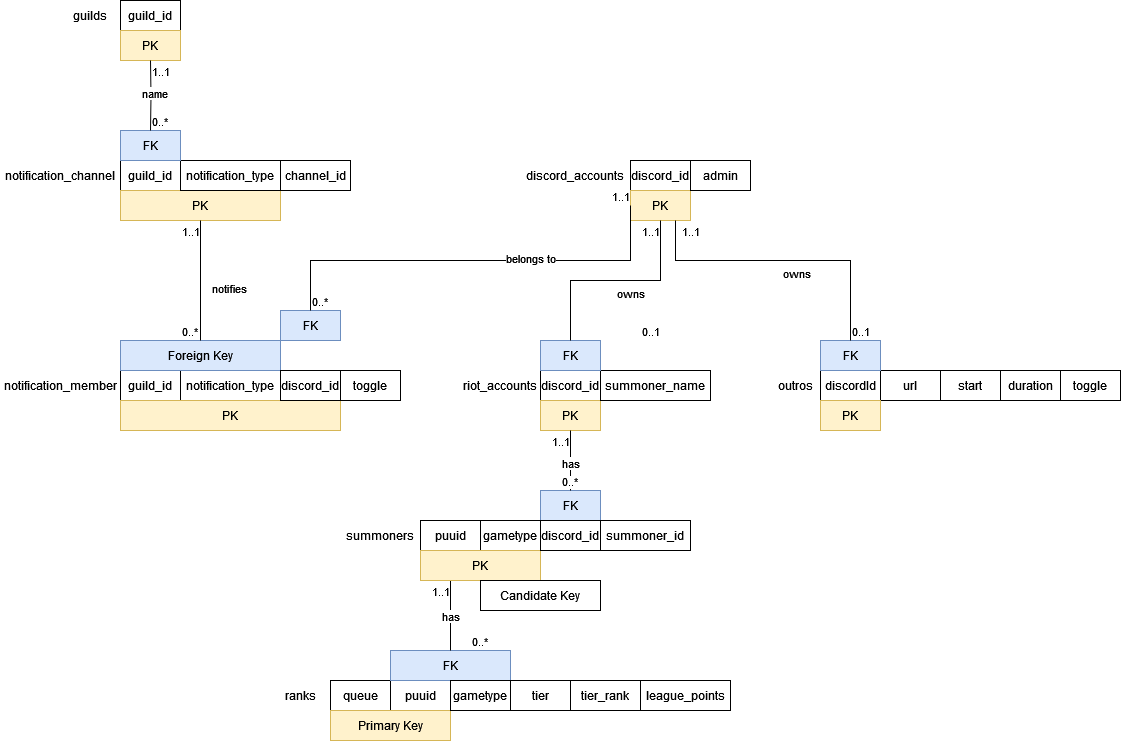
The draw.io diagram documentation/Relational Database Structure.drawio.png in nathan-lai-engineering/discord-bot, before a commit. Source tidied: cells renumbered, new cells last; positions are measured from the earlier drawing's top-left corner, leaving out a move shared by most shapes.
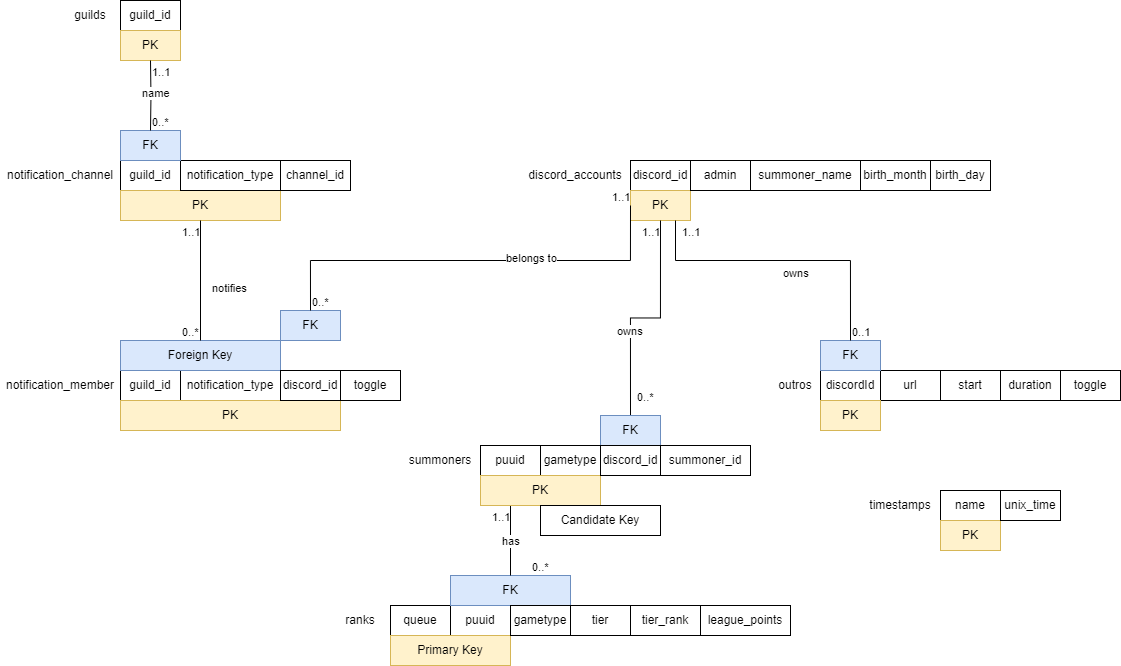
After the change.

Commit message:
database simplification

What changed in the source:
```diff
@@ -23,51 +23,39 @@
     <mxCell id="8" value="PK" style="text;html=1;strokeColor=#d6b656;fillColor=#fff2cc;align=center;verticalAlign=middle;whiteSpace=wrap;rounded=0;" parent="1" vertex="1">
       <mxGeometry x="820" y="400" width="60" height="30" as="geometry" />
     </mxCell>
-    <mxCell id="9" value="riot_accounts" style="text;html=1;strokeColor=none;fillColor=none;align=center;verticalAlign=middle;whiteSpace=wrap;rounded=0;" parent="1" vertex="1">
-      <mxGeometry x="460" y="370" width="80" height="30" as="geometry" />
-    </mxCell>
-    <mxCell id="10" value="discord_id" style="text;html=1;strokeColor=default;fillColor=none;align=center;verticalAlign=middle;whiteSpace=wrap;rounded=0;" parent="1" vertex="1">
-      <mxGeometry x="540" y="370" width="60" height="30" as="geometry" />
-    </mxCell>
     <mxCell id="11" value="puuid" style="text;html=1;strokeColor=default;fillColor=none;align=center;verticalAlign=middle;whiteSpace=wrap;rounded=0;" parent="1" vertex="1">
-      <mxGeometry x="420" y="520" width="60" height="30" as="geometry" />
+      <mxGeometry x="480" y="445" width="60" height="30" as="geometry" />
     </mxCell>
-    <mxCell id="12" value="PK" style="text;html=1;strokeColor=#d6b656;fillColor=#fff2cc;align=center;verticalAlign=middle;whiteSpace=wrap;rounded=0;" parent="1" vertex="1">
-      <mxGeometry x="540" y="400" width="60" height="30" as="geometry" />
-    </mxCell>
     <mxCell id="13" value="ranks" style="text;html=1;strokeColor=none;fillColor=none;align=center;verticalAlign=middle;whiteSpace=wrap;rounded=0;" parent="1" vertex="1">
-      <mxGeometry x="270" y="680" width="60" height="30" as="geometry" />
+      <mxGeometry x="330" y="605" width="60" height="30" as="geometry" />
     </mxCell>
     <mxCell id="14" value="puuid" style="text;html=1;strokeColor=default;fillColor=none;align=center;verticalAlign=middle;whiteSpace=wrap;rounded=0;" parent="1" vertex="1">
-      <mxGeometry x="390" y="680" width="60" height="30" as="geometry" />
+      <mxGeometry x="450" y="605" width="60" height="30" as="geometry" />
     </mxCell>
     <mxCell id="15" value="tier" style="text;html=1;strokeColor=default;fillColor=none;align=center;verticalAlign=middle;whiteSpace=wrap;rounded=0;" parent="1" vertex="1">
-      <mxGeometry x="510" y="680" width="60" height="30" as="geometry" />
+      <mxGeometry x="570" y="605" width="60" height="30" as="geometry" />
     </mxCell>
     <mxCell id="16" value="queue" style="text;html=1;strokeColor=default;fillColor=none;align=center;verticalAlign=middle;whiteSpace=wrap;rounded=0;" parent="1" vertex="1">
-      <mxGeometry x="330" y="680" width="60" height="30" as="geometry" />
+      <mxGeometry x="390" y="605" width="60" height="30" as="geometry" />
     </mxCell>
     <mxCell id="17" value="tier_rank" style="text;html=1;strokeColor=default;fillColor=none;align=center;verticalAlign=middle;whiteSpace=wrap;rounded=0;" parent="1" vertex="1">
-      <mxGeometry x="570" y="680" width="70" height="30" as="geometry" />
+      <mxGeometry x="630" y="605" width="70" height="30" as="geometry" />
     </mxCell>
     <mxCell id="18" value="Primary Key" style="text;html=1;strokeColor=#d6b656;fillColor=#fff2cc;align=center;verticalAlign=middle;whiteSpace=wrap;rounded=0;" parent="1" vertex="1">
-      <mxGeometry x="330" y="710" width="120" height="30" as="geometry" />
+      <mxGeometry x="390" y="635" width="120" height="30" as="geometry" />
     </mxCell>
     <mxCell id="19" value="league_points" style="text;html=1;strokeColor=default;fillColor=none;align=center;verticalAlign=middle;whiteSpace=wrap;rounded=0;" parent="1" vertex="1">
-      <mxGeometry x="640" y="680" width="90" height="30" as="geometry" />
+      <mxGeometry x="700" y="605" width="90" height="30" as="geometry" />
     </mxCell>
     <mxCell id="20" value="FK" style="text;html=1;strokeColor=#6c8ebf;fillColor=#dae8fc;align=center;verticalAlign=middle;whiteSpace=wrap;rounded=0;" parent="1" vertex="1">
-      <mxGeometry x="390" y="650" width="120" height="30" as="geometry" />
+      <mxGeometry x="450" y="575" width="120" height="30" as="geometry" />
     </mxCell>
     <mxCell id="21" value="summoner_name" style="text;html=1;strokeColor=default;fillColor=none;align=center;verticalAlign=middle;whiteSpace=wrap;rounded=0;" parent="1" vertex="1">
-      <mxGeometry x="600" y="370" width="110" height="30" as="geometry" />
+      <mxGeometry x="750" y="160" width="110" height="30" as="geometry" />
     </mxCell>
     <mxCell id="22" value="summoner_id" style="text;html=1;strokeColor=default;fillColor=none;align=center;verticalAlign=middle;whiteSpace=wrap;rounded=0;" parent="1" vertex="1">
-      <mxGeometry x="600" y="520" width="90" height="30" as="geometry" />
+      <mxGeometry x="660" y="445" width="90" height="30" as="geometry" />
     </mxCell>
-    <mxCell id="23" value="FK" style="text;html=1;strokeColor=#6c8ebf;fillColor=#dae8fc;align=center;verticalAlign=middle;whiteSpace=wrap;rounded=0;" parent="1" vertex="1">
-      <mxGeometry x="540" y="340" width="60" height="30" as="geometry" />
-    </mxCell>
     <mxCell id="24" value="discord_id" style="text;html=1;strokeColor=default;fillColor=none;align=center;verticalAlign=middle;whiteSpace=wrap;rounded=0;" parent="1" vertex="1">
       <mxGeometry x="630" y="160" width="60" height="30" as="geometry" />
     </mxCell>
@@ -80,8 +68,8 @@
     <mxCell id="27" value="FK" style="text;html=1;strokeColor=#6c8ebf;fillColor=#dae8fc;align=center;verticalAlign=middle;whiteSpace=wrap;rounded=0;" parent="1" vertex="1">
       <mxGeometry x="820" y="340" width="60" height="30" as="geometry" />
     </mxCell>
-    <mxCell id="28" value="owns" style="endArrow=none;endFill=0;html=1;edgeStyle=orthogonalEdgeStyle;align=left;verticalAlign=top;rounded=0;exitX=0.5;exitY=1;exitDx=0;exitDy=0;entryX=0.5;entryY=0;entryDx=0;entryDy=0;" parent="1" edge="1" source="26" target="23">
-      <mxGeometry relative="1" as="geometry" />
+    <mxCell id="28" value="owns" style="endArrow=none;endFill=0;html=1;edgeStyle=orthogonalEdgeStyle;align=left;verticalAlign=top;rounded=0;exitX=0.5;exitY=1;exitDx=0;exitDy=0;entryX=0.5;entryY=0;entryDx=0;entryDy=0;" parent="1" edge="1" source="26" target="67">
+      <mxGeometry x="0.14" y="-15" relative="1" as="geometry" />
     </mxCell>
     <mxCell id="29" value="1..1" style="edgeLabel;html=1;align=left;verticalAlign=bottom;" parent="28" vertex="1">
       <mxGeometry x="-1" relative="1" as="geometry">
@@ -197,14 +185,11 @@
     <mxCell id="58" value="0..*" style="edgeLabel;html=1;align=left;verticalAlign=bottom;" parent="1" vertex="1">
       <mxGeometry x="180" y="340" as="geometry" />
     </mxCell>
-    <mxCell id="59" value="0..1" style="edgeLabel;html=1;align=left;verticalAlign=bottom;" parent="1" vertex="1">
-      <mxGeometry x="640" y="340" as="geometry" />
-    </mxCell>
     <mxCell id="60" value="0..1" style="edgeLabel;html=1;align=left;verticalAlign=bottom;" parent="1" vertex="1">
       <mxGeometry x="850" y="340" as="geometry" />
     </mxCell>
     <mxCell id="61" value="0..*" style="edgeLabel;html=1;align=left;verticalAlign=bottom;" parent="1" vertex="1">
-      <mxGeometry x="470" y="650" as="geometry" />
+      <mxGeometry x="530" y="575" as="geometry" />
     </mxCell>
     <mxCell id="62" value="0..*" style="edgeLabel;html=1;align=left;verticalAlign=bottom;" parent="1" vertex="1">
       <mxGeometry x="150" y="130" as="geometry" />
@@ -213,36 +198,46 @@
       <mxGeometry x="280" y="370" width="60" height="30" as="geometry" />
     </mxCell>
     <mxCell id="64" value="gametype" style="text;html=1;strokeColor=default;fillColor=none;align=center;verticalAlign=middle;whiteSpace=wrap;rounded=0;" parent="1" vertex="1">
-      <mxGeometry x="480" y="520" width="60" height="30" as="geometry" />
+      <mxGeometry x="540" y="445" width="60" height="30" as="geometry" />
     </mxCell>
     <mxCell id="65" value="PK" style="text;html=1;strokeColor=#d6b656;fillColor=#fff2cc;align=center;verticalAlign=middle;whiteSpace=wrap;rounded=0;" parent="1" vertex="1">
-      <mxGeometry x="420" y="550" width="120" height="30" as="geometry" />
+      <mxGeometry x="480" y="475" width="120" height="30" as="geometry" />
     </mxCell>
     <mxCell id="66" value="summoners" style="text;html=1;strokeColor=none;fillColor=none;align=center;verticalAlign=middle;whiteSpace=wrap;rounded=0;" parent="1" vertex="1">
-      <mxGeometry x="340" y="520" width="80" height="30" as="geometry" />
+      <mxGeometry x="400" y="445" width="80" height="30" as="geometry" />
     </mxCell>
     <mxCell id="67" value="FK" style="text;html=1;strokeColor=#6c8ebf;fillColor=#dae8fc;align=center;verticalAlign=middle;whiteSpace=wrap;rounded=0;" parent="1" vertex="1">
-      <mxGeometry x="540" y="490" width="60" height="30" as="geometry" />
+      <mxGeometry x="600" y="415" width="60" height="30" as="geometry" />
     </mxCell>
-    <mxCell id="68" value="has" style="endArrow=none;endFill=0;html=1;edgeStyle=orthogonalEdgeStyle;align=left;verticalAlign=top;rounded=0;exitX=0.5;exitY=1;exitDx=0;exitDy=0;entryX=0.5;entryY=0;entryDx=0;entryDy=0;" parent="1" edge="1" source="12" target="67">
-      <mxGeometry x="-0.33" y="-10" relative="1" as="geometry" />
-    </mxCell>
-    <mxCell id="69" value="1..1" style="edgeLabel;html=1;align=left;verticalAlign=bottom;" parent="68" vertex="1">
-      <mxGeometry x="-1" relative="1" as="geometry">
-        <mxPoint x="-20" y="20" as="offset" />
-      </mxGeometry>
-    </mxCell>
     <mxCell id="70" value="0..*" style="edgeLabel;html=1;align=left;verticalAlign=bottom;" parent="1" vertex="1">
-      <mxGeometry x="560" y="490" as="geometry" />
+      <mxGeometry x="635" y="405" as="geometry" />
     </mxCell>
     <mxCell id="71" value="discord_id" style="text;html=1;strokeColor=default;fillColor=none;align=center;verticalAlign=middle;whiteSpace=wrap;rounded=0;" parent="1" vertex="1">
-      <mxGeometry x="540" y="520" width="60" height="30" as="geometry" />
+      <mxGeometry x="600" y="445" width="60" height="30" as="geometry" />
     </mxCell>
     <mxCell id="72" value="Candidate Key" style="text;html=1;align=center;verticalAlign=middle;whiteSpace=wrap;rounded=0;fillColor=default;strokeColor=default;" parent="1" vertex="1">
-      <mxGeometry x="480" y="580" width="120" height="30" as="geometry" />
+      <mxGeometry x="540" y="505" width="120" height="30" as="geometry" />
     </mxCell>
     <mxCell id="73" value="gametype" style="text;html=1;strokeColor=default;fillColor=none;align=center;verticalAlign=middle;whiteSpace=wrap;rounded=0;" parent="1" vertex="1">
-      <mxGeometry x="450" y="680" width="60" height="30" as="geometry" />
+      <mxGeometry x="510" y="605" width="60" height="30" as="geometry" />
     </mxCell>
+    <mxCell id="74" value="timestamps" style="text;html=1;strokeColor=none;fillColor=none;align=center;verticalAlign=middle;whiteSpace=wrap;rounded=0;" parent="1" vertex="1">
+      <mxGeometry x="860" y="490" width="80" height="30" as="geometry" />
+    </mxCell>
+    <mxCell id="75" value="name" style="text;html=1;strokeColor=default;fillColor=none;align=center;verticalAlign=middle;whiteSpace=wrap;rounded=0;" parent="1" vertex="1">
+      <mxGeometry x="940" y="490" width="60" height="30" as="geometry" />
+    </mxCell>
+    <mxCell id="12" value="PK" style="text;html=1;strokeColor=#d6b656;fillColor=#fff2cc;align=center;verticalAlign=middle;whiteSpace=wrap;rounded=0;" parent="1" vertex="1">
+      <mxGeometry x="940" y="520" width="60" height="30" as="geometry" />
+    </mxCell>
+    <mxCell id="76" value="unix_time" style="text;html=1;strokeColor=default;fillColor=none;align=center;verticalAlign=middle;whiteSpace=wrap;rounded=0;" parent="1" vertex="1">
+      <mxGeometry x="1000" y="490" width="60" height="30" as="geometry" />
+    </mxCell>
+    <mxCell id="77" value="birth_month" style="text;html=1;strokeColor=default;fillColor=none;align=center;verticalAlign=middle;whiteSpace=wrap;rounded=0;" parent="1" vertex="1">
+      <mxGeometry x="860" y="160" width="70" height="30" as="geometry" />
+    </mxCell>
+    <mxCell id="78" value="birth_day" style="text;html=1;strokeColor=default;fillColor=none;align=center;verticalAlign=middle;whiteSpace=wrap;rounded=0;" parent="1" vertex="1">
+      <mxGeometry x="930" y="160" width="60" height="30" as="geometry" />
+    </mxCell>
   </root>
 </mxGraphModel>
```
